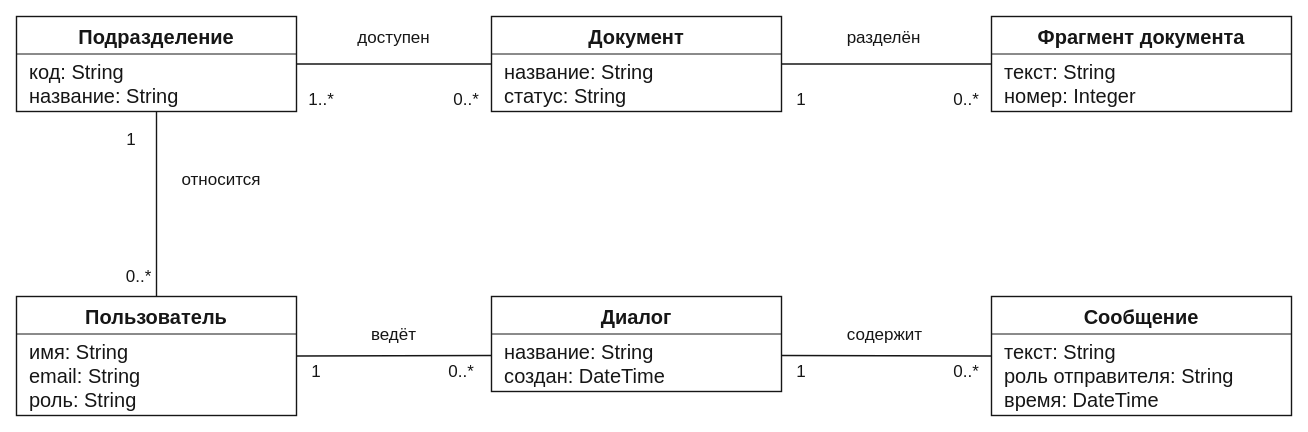
This is page "ЛР 1 · Модель предметной области" (1 of 3) of RAG-ассистент/RAG-ассистент.drawio from Parsi853/OOAP, a draw.io file, before an edit. Source tidied: cells renumbered, new cells numbered last; positions are measured from the earlier drawing's top-left corner, leaving out a move shared by most shapes. Both pictures are drawn from the tidied source at 100%, with x=0, y=0 at pixel (16, 16).
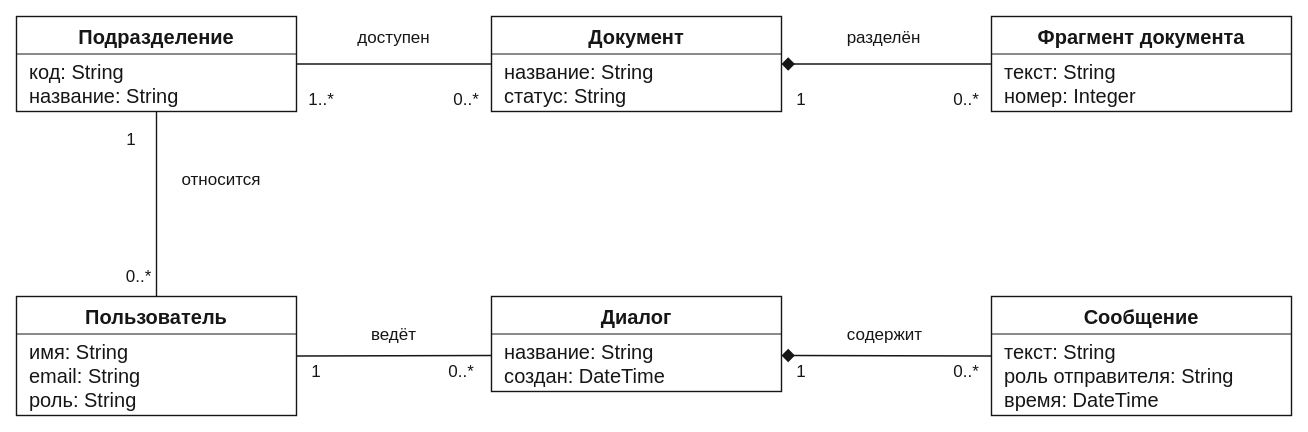
The same page after the edit.

The change refers to these unchanged cells:
```xml
<mxCell id="10" style="rounded=0;strokeColor=#161616;fillColor=#FFFFFF;strokeWidth=1.4;" parent="1" vertex="1">
  <mxGeometry x="475" y="280" width="290" height="95" as="geometry" />
</mxCell>
<mxCell id="14" style="rounded=0;strokeColor=#161616;fillColor=#FFFFFF;strokeWidth=1.4;" parent="1" vertex="1">
  <mxGeometry x="975" y="280" width="300" height="119" as="geometry" />
</mxCell>
<mxCell id="18" style="rounded=0;strokeColor=#161616;fillColor=#FFFFFF;strokeWidth=1.4;" parent="1" vertex="1">
  <mxGeometry x="475" width="290" height="95" as="geometry" />
</mxCell>
<mxCell id="22" style="rounded=0;strokeColor=#161616;fillColor=#FFFFFF;strokeWidth=1.4;" parent="1" vertex="1">
  <mxGeometry x="975" width="300" height="95" as="geometry" />
</mxCell>
```

Change to the diagram source:
```diff
@@
-    <mxCell id="28" style="edgeStyle=none;endArrow=none;startArrow=none;endSize=7;strokeWidth=1.4;strokeColor=#161616;exitX=1;exitY=0.6210526315789474;exitPerimeter=0;entryX=0;entryY=0.5;entryPerimeter=0;" parent="1" edge="1" source="10" target="14">
+    <mxCell id="28" style="edgeStyle=none;endArrow=none;startArrow=diamond;startFill=1;startSize=10;endSize=7;strokeWidth=1.4;strokeColor=#161616;exitX=1;exitY=0.6210526315789474;exitPerimeter=0;entryX=0;entryY=0.5;entryPerimeter=0;" parent="1" edge="1" source="10" target="14">
       <mxGeometry relative="1" as="geometry" />
     </mxCell>
@@
-    <mxCell id="30" style="edgeStyle=none;endArrow=none;startArrow=none;endSize=7;strokeWidth=1.4;strokeColor=#161616;exitX=1;exitY=0.5;exitPerimeter=0;entryX=0;entryY=0.5;entryPerimeter=0;" parent="1" edge="1" source="18" target="22">
+    <mxCell id="30" style="edgeStyle=none;endArrow=none;startArrow=diamond;startFill=1;startSize=10;endSize=7;strokeWidth=1.4;strokeColor=#161616;exitX=1;exitY=0.5;exitPerimeter=0;entryX=0;entryY=0.5;entryPerimeter=0;" parent="1" edge="1" source="18" target="22">
       <mxGeometry relative="1" as="geometry" />
     </mxCell>
```
